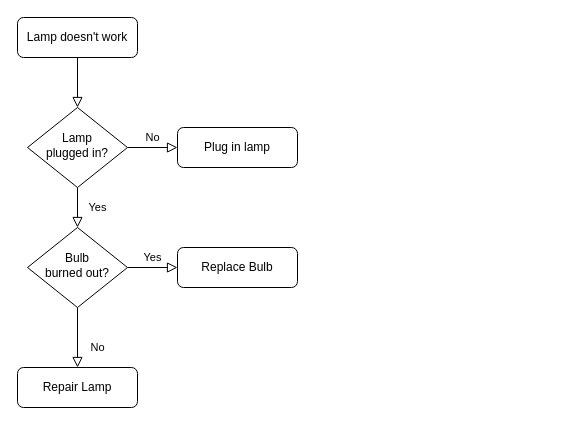
Before: Flowchat.drawio in KhunMaungNgwee/InternShipProject, a draw.io diagram. Source tidied: cells renumbered, new cells numbered last; positions are measured from the earlier drawing's top-left corner, leaving out a move shared by most shapes. Both pictures are drawn from the tidied source at 100%, with x=0, y=0 at pixel (17, 17).
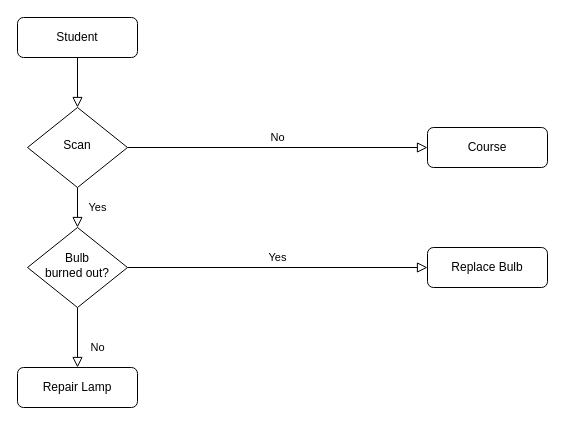
The same diagram, later.

Change to the diagram source:
```diff
@@
 <mxGraphModel>
   <root>
     <mxCell id="0" />
     <mxCell id="1" parent="0" />
     <mxCell id="2" style="rounded=0;html=1;jettySize=auto;fontSize=11;endArrow=block;endFill=0;endSize=8;strokeWidth=1;shadow=0;labelBackgroundColor=none;edgeStyle=orthogonalEdgeStyle;" parent="1" edge="1" source="3" target="6">
       <mxGeometry relative="1" as="geometry" />
     </mxCell>
-    <mxCell id="3" value="Lamp doesn't work" style="rounded=1;whiteSpace=wrap;html=1;fontSize=12;glass=0;strokeWidth=1;shadow=0;" parent="1" vertex="1">
+    <mxCell id="3" value="Student" style="rounded=1;whiteSpace=wrap;html=1;fontSize=12;glass=0;strokeWidth=1;shadow=0;" parent="1" vertex="1">
       <mxGeometry width="120" height="40" as="geometry" />
     </mxCell>
     <mxCell id="4" value="Yes" style="rounded=0;html=1;jettySize=auto;fontSize=11;endArrow=block;endFill=0;endSize=8;strokeWidth=1;shadow=0;labelBackgroundColor=none;edgeStyle=orthogonalEdgeStyle;" parent="1" edge="1" source="6" target="10">
       <mxGeometry y="20" relative="1" as="geometry" />
     </mxCell>
     <mxCell id="5" value="No" style="edgeStyle=orthogonalEdgeStyle;rounded=0;html=1;jettySize=auto;fontSize=11;endArrow=block;endFill=0;endSize=8;strokeWidth=1;shadow=0;labelBackgroundColor=none;" parent="1" edge="1" source="6" target="7">
       <mxGeometry y="10" relative="1" as="geometry" />
     </mxCell>
-    <mxCell id="6" value="Lamp&lt;br&gt;plugged in?" style="rhombus;whiteSpace=wrap;html=1;shadow=0;fontFamily=Helvetica;fontSize=12;align=center;strokeWidth=1;spacing=6;spacingTop=-4;" parent="1" vertex="1">
+    <mxCell id="6" value="Scan" style="rhombus;whiteSpace=wrap;html=1;shadow=0;fontFamily=Helvetica;fontSize=12;align=center;strokeWidth=1;spacing=6;spacingTop=-4;" parent="1" vertex="1">
       <mxGeometry x="10" y="90" width="100" height="80" as="geometry" />
     </mxCell>
-    <mxCell id="7" value="Plug in lamp" style="rounded=1;whiteSpace=wrap;html=1;fontSize=12;glass=0;strokeWidth=1;shadow=0;" parent="1" vertex="1">
-      <mxGeometry x="160" y="110" width="120" height="40" as="geometry" />
+    <mxCell id="7" value="&lt;div&gt;Course&lt;/div&gt;" style="rounded=1;whiteSpace=wrap;html=1;fontSize=12;glass=0;strokeWidth=1;shadow=0;" parent="1" vertex="1">
+      <mxGeometry x="410" y="110" width="120" height="40" as="geometry" />
     </mxCell>
     <mxCell id="8" value="No" style="rounded=0;html=1;jettySize=auto;fontSize=11;endArrow=block;endFill=0;endSize=8;strokeWidth=1;shadow=0;labelBackgroundColor=none;edgeStyle=orthogonalEdgeStyle;" parent="1" edge="1" source="10" target="11">
       <mxGeometry x="0.33" y="20" relative="1" as="geometry" />
     </mxCell>
     <mxCell id="9" value="Yes" style="edgeStyle=orthogonalEdgeStyle;rounded=0;html=1;jettySize=auto;fontSize=11;endArrow=block;endFill=0;endSize=8;strokeWidth=1;shadow=0;labelBackgroundColor=none;" parent="1" edge="1" source="10" target="12">
       <mxGeometry y="10" relative="1" as="geometry" />
     </mxCell>
     <mxCell id="10" value="Bulb&lt;br&gt;burned out?" style="rhombus;whiteSpace=wrap;html=1;shadow=0;fontFamily=Helvetica;fontSize=12;align=center;strokeWidth=1;spacing=6;spacingTop=-4;" parent="1" vertex="1">
       <mxGeometry x="10" y="210" width="100" height="80" as="geometry" />
     </mxCell>
     <mxCell id="11" value="Repair Lamp" style="rounded=1;whiteSpace=wrap;html=1;fontSize=12;glass=0;strokeWidth=1;shadow=0;" parent="1" vertex="1">
       <mxGeometry y="350" width="120" height="40" as="geometry" />
     </mxCell>
     <mxCell id="12" value="Replace Bulb" style="rounded=1;whiteSpace=wrap;html=1;fontSize=12;glass=0;strokeWidth=1;shadow=0;" parent="1" vertex="1">
-      <mxGeometry x="160" y="230" width="120" height="40" as="geometry" />
+      <mxGeometry x="410" y="230" width="120" height="40" as="geometry" />
     </mxCell>
   </root>
 </mxGraphModel>
```
